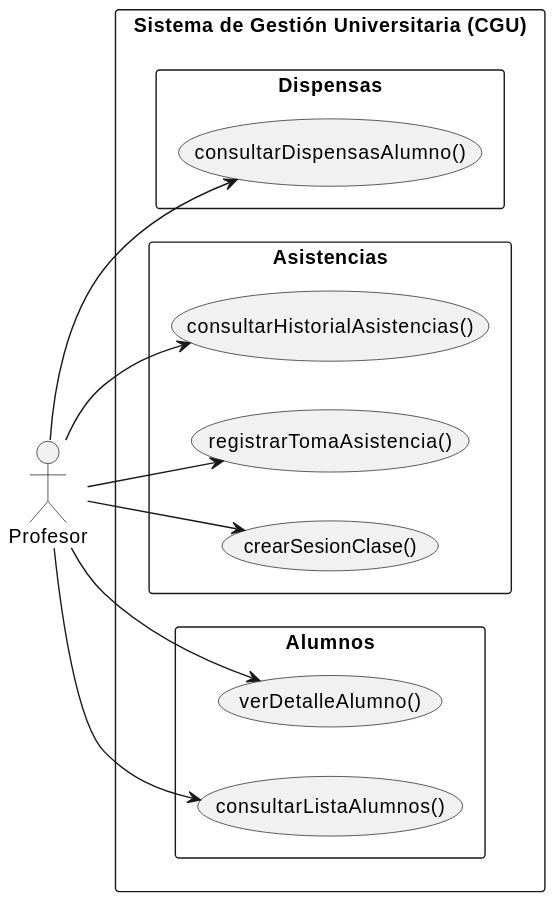
This is documents/CasosDeUso/Profesor/Profesor.svg from enmabry/25-26-IdSw1-SdR, a PlantUML export, as it was before one commit. Its diagram source:
```plantuml
@startuml
left to right direction
skinparam packageStyle rectangle

actor Profesor

rectangle "Sistema de Gestión Universitaria (CGU)" {

    package "Alumnos" {
        usecase "consultarListaAlumnos()" as AlumnosConsultarLista
        usecase "verDetalleAlumno()" as AlumnosVerDetalle
    }

    package "Asistencias" {
        usecase "crearSesionClase()" as AsistenciasCrearSesion
        usecase "registrarTomaAsistencia()" as AsistenciasRegistrarToma
        usecase "consultarHistorialAsistencias()" as AsistenciasConsultarHistorial
    }

    package "Dispensas" {
        usecase "consultarDispensasAlumno()" as DispensasConsultar
    }

    Profesor --> AlumnosConsultarLista
    Profesor --> AlumnosVerDetalle

    Profesor --> AsistenciasCrearSesion
    Profesor --> AsistenciasRegistrarToma
    Profesor --> AsistenciasConsultarHistorial

    Profesor --> DispensasConsultar
}
@enduml
```
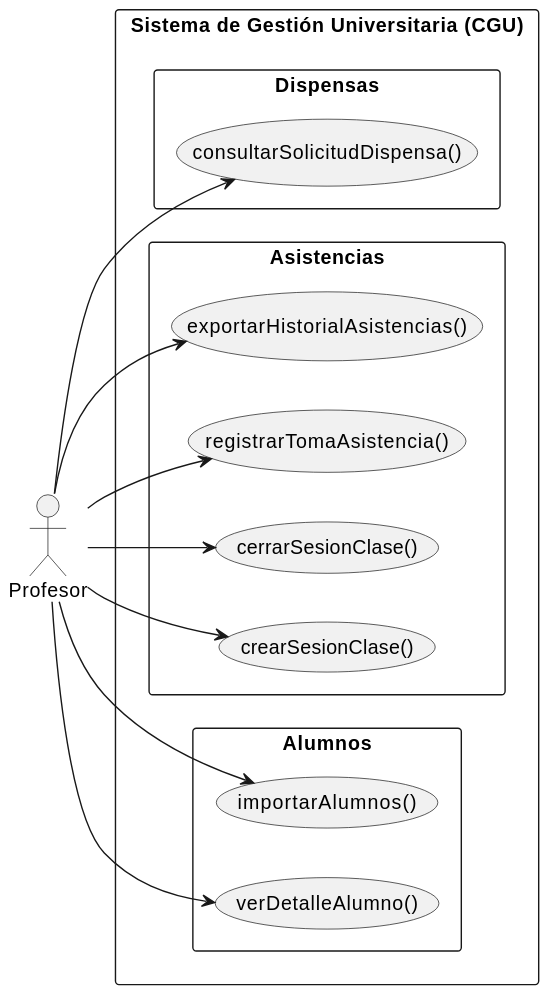
After the commit.

What changed in the source:
```diff
@@ -7,26 +7,28 @@
 rectangle "Sistema de Gestión Universitaria (CGU)" {
 
     package "Alumnos" {
-        usecase "consultarListaAlumnos()" as AlumnosConsultarLista
         usecase "verDetalleAlumno()" as AlumnosVerDetalle
+        usecase "importarAlumnos()" as AlumnosImportar
     }
 
     package "Asistencias" {
         usecase "crearSesionClase()" as AsistenciasCrearSesion
+        usecase "cerrarSesionClase()" as AsistenciasCerrarSesion
         usecase "registrarTomaAsistencia()" as AsistenciasRegistrarToma
-        usecase "consultarHistorialAsistencias()" as AsistenciasConsultarHistorial
+        usecase "exportarHistorialAsistencias()" as AsistenciasExportarHistorial
     }
 
     package "Dispensas" {
-        usecase "consultarDispensasAlumno()" as DispensasConsultar
+      usecase "consultarSolicitudDispensa()" as DispensasConsultar
     }
 
-    Profesor --> AlumnosConsultarLista
     Profesor --> AlumnosVerDetalle
+    Profesor --> AlumnosImportar
 
     Profesor --> AsistenciasCrearSesion
+    Profesor --> AsistenciasCerrarSesion
     Profesor --> AsistenciasRegistrarToma
-    Profesor --> AsistenciasConsultarHistorial
+    Profesor --> AsistenciasExportarHistorial
 
     Profesor --> DispensasConsultar
 }
```
